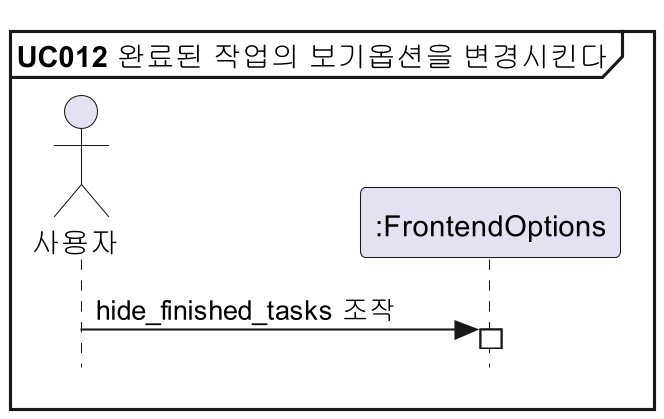
Above: docs/설계명세서/images/seq_diag/uc012.png in parkchamchi/SoftwareEngineering2023 (PlantUML), before the change.
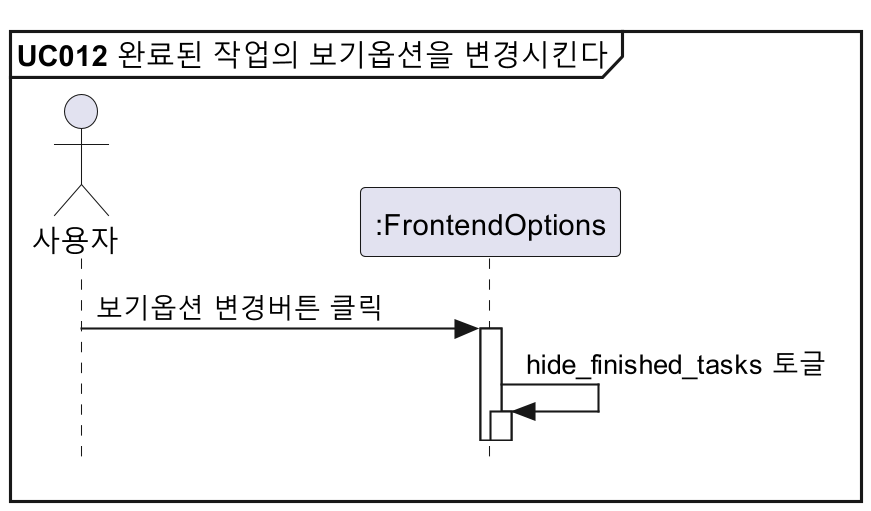
After the commit.

Change to the diagram source:
```diff
@@ -6,6 +6,7 @@
 actor 사용자
 participant ":FrontendOptions" as FO
 
-사용자 -> FO : hide_finished_tasks 조작
+사용자 -> FO : 보기옵션 변경버튼 클릭
+FO -> FO : hide_finished_tasks 토글
 
 @enduml
```
